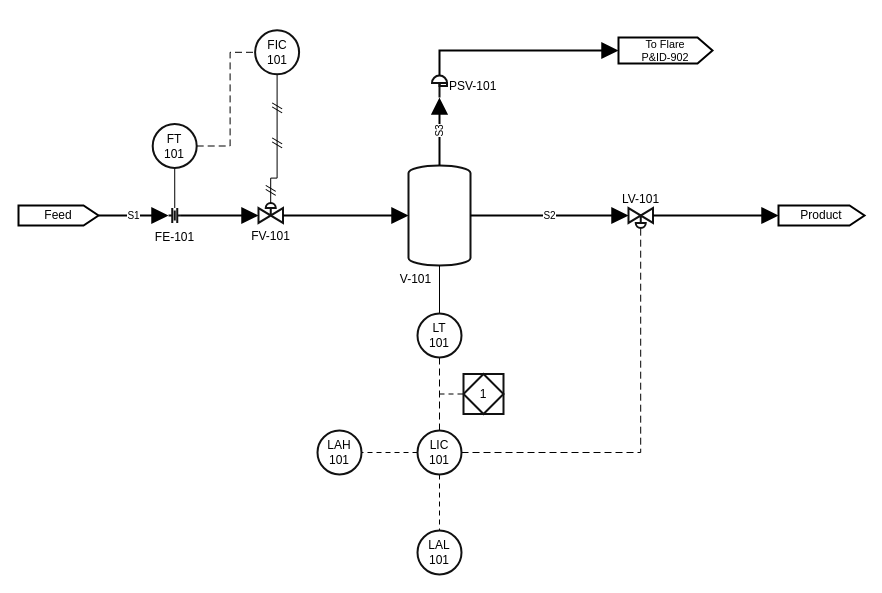
The draw.io diagram drawio-samples/04_control_loop.drawio in Alpha9463/pandid, before the edit. Source tidied: cells renumbered, new cells numbered last; positions are measured from the earlier drawing's top-left corner, leaving out a move shared by most shapes. Both pictures are drawn from the tidied source at 100%, with x=0, y=0 at pixel (18, 30).
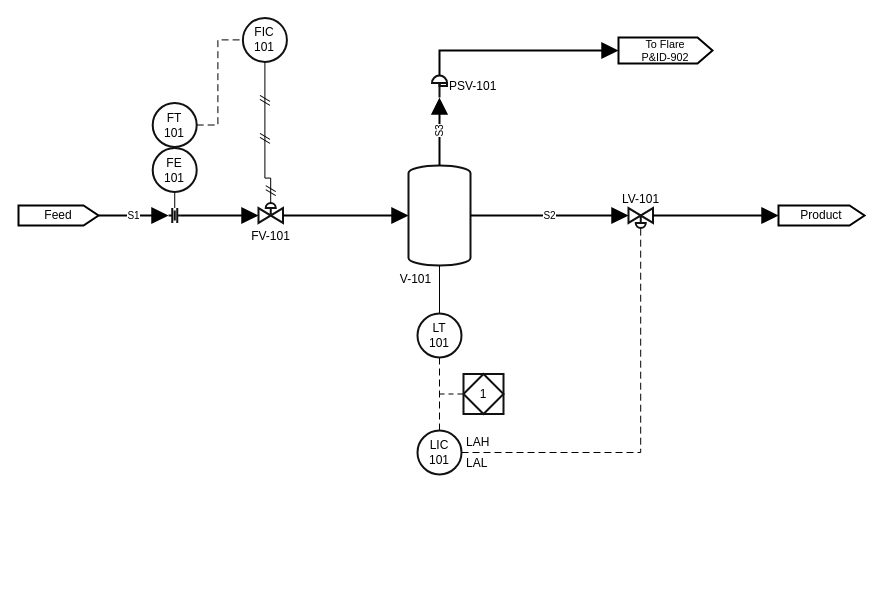
The same page after the edit.

Unchanged cells that the change refers to:
```xml
<mxCell id="3" value="FV-101" style="html=1;shape=mxgraph.pid.valves.pneumatic_operated;outlineConnect=0;strokeColor=#111;fillColor=none;strokeWidth=2;verticalLabelPosition=bottom;verticalAlign=top;align=center;fontSize=12;" parent="1" vertex="1">
  <mxGeometry x="240" y="172.6" width="24.5" height="19.8" as="geometry" />
</mxCell>
<mxCell id="4" value="V-101" style="html=1;shape=mxgraph.pid.vessels.pressurized_vessel;outlineConnect=0;strokeColor=#111;fillColor=none;strokeWidth=2;verticalLabelPosition=bottom;verticalAlign=top;align=center;fontSize=12;" parent="1" vertex="1">
  <mxGeometry x="390" y="135" width="62" height="100" as="geometry">
    <mxPoint x="-24" as="offset" />
  </mxGeometry>
</mxCell>
<mxCell id="6" value="LV-101" style="html=1;shape=mxgraph.pid.valves.pneumatic_operated;outlineConnect=0;strokeColor=#111;fillColor=none;strokeWidth=2;verticalLabelPosition=top;verticalAlign=bottom;align=center;fontSize=12;flipV=1;" parent="1" vertex="1">
  <mxGeometry x="610" y="177.6" width="24.5" height="19.8" as="geometry" />
</mxCell>
```

What changed in the source:
```diff
@@
-    <mxCell id="5" value="FE-101" style="html=1;shape=mxgraph.pid.valves.orifice;outlineConnect=0;strokeColor=#111;fillColor=none;strokeWidth=2;verticalLabelPosition=bottom;verticalAlign=top;align=center;fontSize=12;" parent="1" vertex="1">
+    <mxCell id="5" style="html=1;shape=mxgraph.pid.valves.orifice;outlineConnect=0;strokeColor=#111;fillColor=none;strokeWidth=2;verticalLabelPosition=top;verticalAlign=bottom;align=center;fontSize=12;" parent="1" vertex="1">
       <mxGeometry x="150" y="177.5" width="12.5" height="15" as="geometry" />
     </mxCell>
@@
-    <mxCell id="17" style="html=1;edgeStyle=none;rounded=0;jettySize=auto;exitX=1;exitY=0.5;exitDx=0;exitDy=0;exitPerimeter=0;entryX=0;entryY=0.5;entryDx=0;entryDy=0;entryPerimeter=0;strokeColor=#000000;strokeWidth=1;dashed=1;dashPattern=7 4;fixDash=1;endArrow=none;startArrow=none;" parent="1" edge="1" source="32" target="33">
+    <mxCell id="17" style="html=1;edgeStyle=none;rounded=0;jettySize=auto;exitX=1;exitY=0.5;exitDx=0;exitDy=0;exitPerimeter=0;entryX=0;entryY=0.5;entryDx=0;entryDy=0;entryPerimeter=0;strokeColor=#000000;strokeWidth=1;dashed=1;dashPattern=7 4;fixDash=1;endArrow=none;startArrow=none;" parent="1" edge="1" source="33" target="34">
       <mxGeometry relative="1" as="geometry">
         <Array as="points">
-          <mxPoint x="211.6" y="115.5" />
-          <mxPoint x="211.6" y="21.8" />
+          <mxPoint x="199.4" y="94.5" />
+          <mxPoint x="199.4" y="9.4" />
         </Array>
       </mxGeometry>
     </mxCell>
-    <mxCell id="18" style="html=1;edgeStyle=none;rounded=0;jettySize=auto;exitX=0.5;exitY=1;exitDx=0;exitDy=0;exitPerimeter=0;entryX=0.497959;entryY=0;entryDx=0;entryDy=0;entryPerimeter=0;strokeColor=#000000;strokeWidth=1;endArrow=none;startArrow=none;" parent="1" edge="1" source="33" target="3">
+    <mxCell id="18" style="html=1;edgeStyle=none;rounded=0;jettySize=auto;exitX=0.5;exitY=1;exitDx=0;exitDy=0;exitPerimeter=0;entryX=0.497959;entryY=0;entryDx=0;entryDy=0;entryPerimeter=0;strokeColor=#000000;strokeWidth=1;endArrow=none;startArrow=none;" parent="1" edge="1" source="34" target="3">
       <mxGeometry relative="1" as="geometry">
         <Array as="points">
-          <mxPoint x="258.6" y="147.6" />
+          <mxPoint x="246.4" y="147.6" />
           <mxPoint x="252.2" y="147.6" />
         </Array>
       </mxGeometry>
     </mxCell>
     <mxCell id="19" style="shape=line;rotation=30.96;strokeColor=#000000;strokeWidth=1;fillColor=none;html=1;" parent="18" vertex="1">
-      <mxGeometry x="-0.49" width="11.66" height="11.66" relative="1" as="geometry">
+      <mxGeometry x="-0.47" width="11.66" height="11.66" relative="1" as="geometry">
         <mxPoint x="-5.8" y="-8.3" as="offset" />
       </mxGeometry>
     </mxCell>
     <mxCell id="20" style="shape=line;rotation=30.96;strokeColor=#000000;strokeWidth=1;fillColor=none;html=1;" parent="18" vertex="1">
-      <mxGeometry x="-0.49" width="11.66" height="11.66" relative="1" as="geometry">
+      <mxGeometry x="-0.47" width="11.66" height="11.66" relative="1" as="geometry">
         <mxPoint x="-5.8" y="-4.3" as="offset" />
       </mxGeometry>
     </mxCell>
     <mxCell id="21" style="shape=line;rotation=30.96;strokeColor=#000000;strokeWidth=1;fillColor=none;html=1;" parent="18" vertex="1">
-      <mxGeometry x="0.02" width="11.66" height="11.66" relative="1" as="geometry">
+      <mxGeometry x="0.05" width="11.66" height="11.66" relative="1" as="geometry">
         <mxPoint x="-5.8" y="-8.3" as="offset" />
       </mxGeometry>
     </mxCell>
     <mxCell id="22" style="shape=line;rotation=30.96;strokeColor=#000000;strokeWidth=1;fillColor=none;html=1;" parent="18" vertex="1">
-      <mxGeometry x="0.02" width="11.66" height="11.66" relative="1" as="geometry">
+      <mxGeometry x="0.05" width="11.66" height="11.66" relative="1" as="geometry">
         <mxPoint x="-5.8" y="-4.3" as="offset" />
       </mxGeometry>
     </mxCell>
     <mxCell id="23" style="shape=line;rotation=30.96;strokeColor=#000000;strokeWidth=1;fillColor=none;html=1;" parent="18" vertex="1">
-      <mxGeometry x="0.82" width="11.66" height="11.66" relative="1" as="geometry">
+      <mxGeometry x="0.83" width="11.66" height="11.66" relative="1" as="geometry">
         <mxPoint x="-5.8" y="-8.3" as="offset" />
       </mxGeometry>
     </mxCell>
     <mxCell id="24" style="shape=line;rotation=30.96;strokeColor=#000000;strokeWidth=1;fillColor=none;html=1;" parent="18" vertex="1">
-      <mxGeometry x="0.82" width="11.66" height="11.66" relative="1" as="geometry">
+      <mxGeometry x="0.83" width="11.66" height="11.66" relative="1" as="geometry">
         <mxPoint x="-5.8" y="-4.3" as="offset" />
       </mxGeometry>
     </mxCell>
-    <mxCell id="25" style="html=1;edgeStyle=none;rounded=0;jettySize=auto;exitX=0.5;exitY=1;exitDx=0;exitDy=0;exitPerimeter=0;entryX=0.5;entryY=0;entryDx=0;entryDy=0;entryPerimeter=0;strokeColor=#000000;strokeWidth=1;dashed=1;dashPattern=7 4;fixDash=1;endArrow=none;startArrow=none;" parent="1" edge="1" source="34" target="35">
+    <mxCell id="25" style="html=1;edgeStyle=none;rounded=0;jettySize=auto;exitX=0.5;exitY=1;exitDx=0;exitDy=0;exitPerimeter=0;entryX=0.5;entryY=0;entryDx=0;entryDy=0;entryPerimeter=0;strokeColor=#000000;strokeWidth=1;dashed=1;dashPattern=7 4;fixDash=1;endArrow=none;startArrow=none;" parent="1" edge="1" source="35" target="36">
       <mxGeometry relative="1" as="geometry" />
     </mxCell>
-    <mxCell id="26" style="html=1;edgeStyle=none;rounded=0;jettySize=auto;exitX=1;exitY=0.5;exitDx=0;exitDy=0;exitPerimeter=0;entryX=0.497959;entryY=0;entryDx=0;entryDy=0;entryPerimeter=0;strokeColor=#000000;strokeWidth=1;dashed=1;dashPattern=7 4;fixDash=1;endArrow=none;startArrow=none;" parent="1" edge="1" source="35" target="6">
+    <mxCell id="26" style="html=1;edgeStyle=none;rounded=0;jettySize=auto;exitX=1;exitY=0.5;exitDx=0;exitDy=0;exitPerimeter=0;entryX=0.497959;entryY=0;entryDx=0;entryDy=0;entryPerimeter=0;strokeColor=#000000;strokeWidth=1;dashed=1;dashPattern=7 4;fixDash=1;endArrow=none;startArrow=none;" parent="1" edge="1" source="36" target="6">
       <mxGeometry relative="1" as="geometry">
         <Array as="points">
           <mxPoint x="622.2" y="422" />
         </Array>
       </mxGeometry>
     </mxCell>
@@
-    <mxCell id="28" style="html=1;edgeStyle=none;rounded=0;exitX=0.5;exitY=1;exitDx=0;exitDy=0;exitPerimeter=0;entryX=0.5;entryY=0.5;entryDx=0;entryDy=0;entryPerimeter=0;strokeColor=#000000;strokeWidth=1;endArrow=none;startArrow=none;noJump=1;" parent="1" edge="1" source="4" target="34">
+    <mxCell id="28" style="html=1;edgeStyle=none;rounded=0;exitX=0.5;exitY=1;exitDx=0;exitDy=0;exitPerimeter=0;entryX=0.5;entryY=0.5;entryDx=0;entryDy=0;entryPerimeter=0;strokeColor=#000000;strokeWidth=1;endArrow=none;startArrow=none;noJump=1;" parent="1" edge="1" source="4" target="35">
       <mxGeometry relative="1" as="geometry" />
     </mxCell>
-    <mxCell id="29" style="html=1;edgeStyle=none;rounded=0;exitX=0;exitY=0.5;exitDx=0;exitDy=0;exitPerimeter=0;entryX=0.5;entryY=0.5;entryDx=0;entryDy=0;entryPerimeter=0;strokeColor=#000000;strokeWidth=1;dashed=1;dashPattern=5 4;fixDash=1;endArrow=none;startArrow=none;noJump=1;" parent="1" edge="1" source="35" target="36">
-      <mxGeometry relative="1" as="geometry" />
+    <mxCell id="29" style="html=1;edgeStyle=none;rounded=0;entryX=0.5;entryY=0.5;entryDx=0;entryDy=0;entryPerimeter=0;strokeColor=#000000;strokeWidth=1;dashed=1;dashPattern=5 4;fixDash=1;endArrow=none;startArrow=none;noJump=1;" parent="1" edge="1" target="37">
+      <mxGeometry relative="1" as="geometry">
+        <mxPoint x="421" y="363.5" as="sourcePoint" />
+      </mxGeometry>
     </mxCell>
-    <mxCell id="30" style="html=1;edgeStyle=none;rounded=0;exitX=0.5;exitY=1;exitDx=0;exitDy=0;exitPerimeter=0;entryX=0.5;entryY=0.5;entryDx=0;entryDy=0;entryPerimeter=0;strokeColor=#000000;strokeWidth=1;dashed=1;dashPattern=5 4;fixDash=1;endArrow=none;startArrow=none;noJump=1;" parent="1" edge="1" source="35" target="37">
-      <mxGeometry relative="1" as="geometry" />
-    </mxCell>
-    <mxCell id="31" style="html=1;edgeStyle=none;rounded=0;entryX=0.5;entryY=0.5;entryDx=0;entryDy=0;entryPerimeter=0;strokeColor=#000000;strokeWidth=1;dashed=1;dashPattern=5 4;fixDash=1;endArrow=none;startArrow=none;noJump=1;" parent="1" edge="1" target="38">
-      <mxGeometry relative="1" as="geometry">
-        <mxPoint x="421" y="363.5" as="sourcePoint" />
-      </mxGeometry>
-    </mxCell>
-    <mxCell id="32" value="FT&lt;br&gt;101" style="html=1;shape=ellipse;rounded=0;whiteSpace=wrap;strokeColor=#111;fillColor=#ffffff;strokeWidth=2;verticalLabelPosition=middle;verticalAlign=middle;align=center;fontSize=12;" parent="1" vertex="1">
-      <mxGeometry x="134.2" y="93.5" width="44" height="44" as="geometry" />
+    <mxCell id="32" value="FE&lt;br&gt;101" style="html=1;shape=ellipse;rounded=0;whiteSpace=wrap;strokeColor=#111;fillColor=#ffffff;strokeWidth=2;verticalLabelPosition=middle;verticalAlign=middle;align=center;fontSize=12;" parent="1" vertex="1">
+      <mxGeometry x="134.2" y="117.5" width="44" height="44" as="geometry" />
     </mxCell>
-    <mxCell id="33" value="FIC&lt;br&gt;101" style="html=1;shape=ellipse;rounded=0;whiteSpace=wrap;strokeColor=#111;fillColor=#ffffff;strokeWidth=2;verticalLabelPosition=middle;verticalAlign=middle;align=center;fontSize=12;" parent="1" vertex="1">
-      <mxGeometry x="236.6" y="-0.2" width="44" height="44" as="geometry" />
+    <mxCell id="33" value="FT&lt;br&gt;101" style="html=1;shape=ellipse;rounded=0;whiteSpace=wrap;strokeColor=#111;fillColor=#ffffff;strokeWidth=2;verticalLabelPosition=middle;verticalAlign=middle;align=center;fontSize=12;" parent="1" vertex="1">
+      <mxGeometry x="134.2" y="72.5" width="44" height="44" as="geometry" />
     </mxCell>
-    <mxCell id="34" value="LT&lt;br&gt;101" style="html=1;shape=ellipse;rounded=0;whiteSpace=wrap;strokeColor=#111;fillColor=#ffffff;strokeWidth=2;verticalLabelPosition=middle;verticalAlign=middle;align=center;fontSize=12;" parent="1" vertex="1">
-      <mxGeometry x="399" y="283" width="44" height="44" as="geometry" />
+    <mxCell id="34" value="FIC&lt;br&gt;101" style="html=1;shape=ellipse;rounded=0;whiteSpace=wrap;strokeColor=#111;fillColor=#ffffff;strokeWidth=2;verticalLabelPosition=middle;verticalAlign=middle;align=center;fontSize=12;" parent="1" vertex="1">
+      <mxGeometry x="224.4" y="-12.6" width="44" height="44" as="geometry" />
     </mxCell>
-    <mxCell id="35" value="LIC&lt;br&gt;101" style="html=1;shape=ellipse;rounded=0;whiteSpace=wrap;strokeColor=#111;fillColor=#ffffff;strokeWidth=2;verticalLabelPosition=middle;verticalAlign=middle;align=center;fontSize=12;" parent="1" vertex="1">
-      <mxGeometry x="399" y="400" width="44" height="44" as="geometry" />
+    <mxCell id="35" value="LT&lt;br&gt;101" style="html=1;shape=ellipse;rounded=0;whiteSpace=wrap;strokeColor=#111;fillColor=#ffffff;strokeWidth=2;verticalLabelPosition=middle;verticalAlign=middle;align=center;fontSize=12;" parent="1" vertex="1">
+      <mxGeometry x="399" y="283" width="44" height="44" as="geometry" />
     </mxCell>
-    <mxCell id="36" value="LAH&lt;br&gt;101" style="html=1;shape=ellipse;rounded=0;whiteSpace=wrap;strokeColor=#111;fillColor=#ffffff;strokeWidth=2;verticalLabelPosition=middle;verticalAlign=middle;align=center;fontSize=12;" parent="1" vertex="1">
-      <mxGeometry x="299" y="400" width="44" height="44" as="geometry" />
+    <mxCell id="36" value="LIC&lt;br&gt;101" style="html=1;shape=ellipse;rounded=0;whiteSpace=wrap;strokeColor=#111;fillColor=#ffffff;strokeWidth=2;verticalLabelPosition=middle;verticalAlign=middle;align=center;fontSize=12;" parent="1" vertex="1">
+      <mxGeometry x="399" y="400" width="44" height="44" as="geometry" />
     </mxCell>
-    <mxCell id="37" value="LAL&lt;br&gt;101" style="html=1;shape=ellipse;rounded=0;whiteSpace=wrap;strokeColor=#111;fillColor=#ffffff;strokeWidth=2;verticalLabelPosition=middle;verticalAlign=middle;align=center;fontSize=12;" parent="1" vertex="1">
-      <mxGeometry x="399" y="500" width="44" height="44" as="geometry" />
+    <mxCell id="37" value="1" style="html=1;rounded=0;whiteSpace=wrap;strokeColor=#111;fillColor=#ffffff;strokeWidth=2;verticalLabelPosition=middle;verticalAlign=middle;align=center;fontSize=12;" parent="1" vertex="1">
+      <mxGeometry x="445" y="343.5" width="40" height="40" as="geometry" />
     </mxCell>
-    <mxCell id="38" value="1" style="html=1;rounded=0;whiteSpace=wrap;strokeColor=#111;fillColor=#ffffff;strokeWidth=2;verticalLabelPosition=middle;verticalAlign=middle;align=center;fontSize=12;" parent="1" vertex="1">
-      <mxGeometry x="445" y="343.5" width="40" height="40" as="geometry" />
-    </mxCell>
-    <mxCell id="39" style="shape=rhombus;rounded=0;html=1;strokeColor=#111;fillColor=none;strokeWidth=2;" parent="38" vertex="1">
+    <mxCell id="39" style="shape=rhombus;rounded=0;html=1;strokeColor=#111;fillColor=none;strokeWidth=2;" parent="37" vertex="1">
       <mxGeometry width="40" height="40" as="geometry" />
     </mxCell>
+    <mxCell id="40" value="LAH" style="text;html=1;strokeColor=none;fillColor=none;labelBackgroundColor=#ffffff;align=left;verticalAlign=middle;fontSize=12;fontColor=#000000;" parent="1" vertex="1">
+      <mxGeometry x="446" y="402.3" width="24.2" height="18.4" as="geometry" />
+    </mxCell>
+    <mxCell id="41" value="LAL" style="text;html=1;strokeColor=none;fillColor=none;labelBackgroundColor=#ffffff;align=left;verticalAlign=middle;fontSize=12;fontColor=#000000;" parent="1" vertex="1">
+      <mxGeometry x="446" y="423.3" width="24.2" height="18.4" as="geometry" />
+    </mxCell>
```
